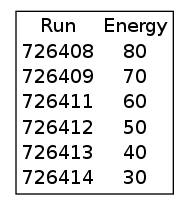
The Graphviz diagram zim/Notes/Analyse_des_donnees_Decembre_2014/diagram.png in mirabitl/MesNotes, before a commit. Its source is kept beside it as zim/Notes/Analyse_des_donnees_Decembre_2014/diagram.dot.
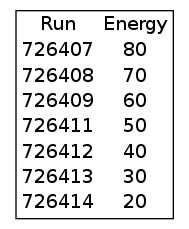
After the change.

What changed in the source:
```diff
@@ -4,12 +4,13 @@
 <TABLE BORDER="1" CELLBORDER="0" CELLSPACING="1">
 
 <tr><td>Run</td><td>Energy</td></tr>
-<tr><td>726408</td><td>80</td></tr>
-<tr><td>726409</td><td>70</td></tr>
-<tr><td>726411</td><td>60</td></tr>
-<tr><td>726412</td><td>50</td></tr>
-<tr><td>726413</td><td>40</td></tr>
-<tr><td>726414</td><td>30</td></tr>
+<tr><td>726407</td><td>80</td></tr>
+<tr><td>726408</td><td>70</td></tr>
+<tr><td>726409</td><td>60</td></tr>
+<tr><td>726411</td><td>50</td></tr>
+<tr><td>726412</td><td>40</td></tr>
+<tr><td>726413</td><td>30</td></tr>
+<tr><td>726414</td><td>20</td></tr>
 </TABLE>
 >];
 }
```
